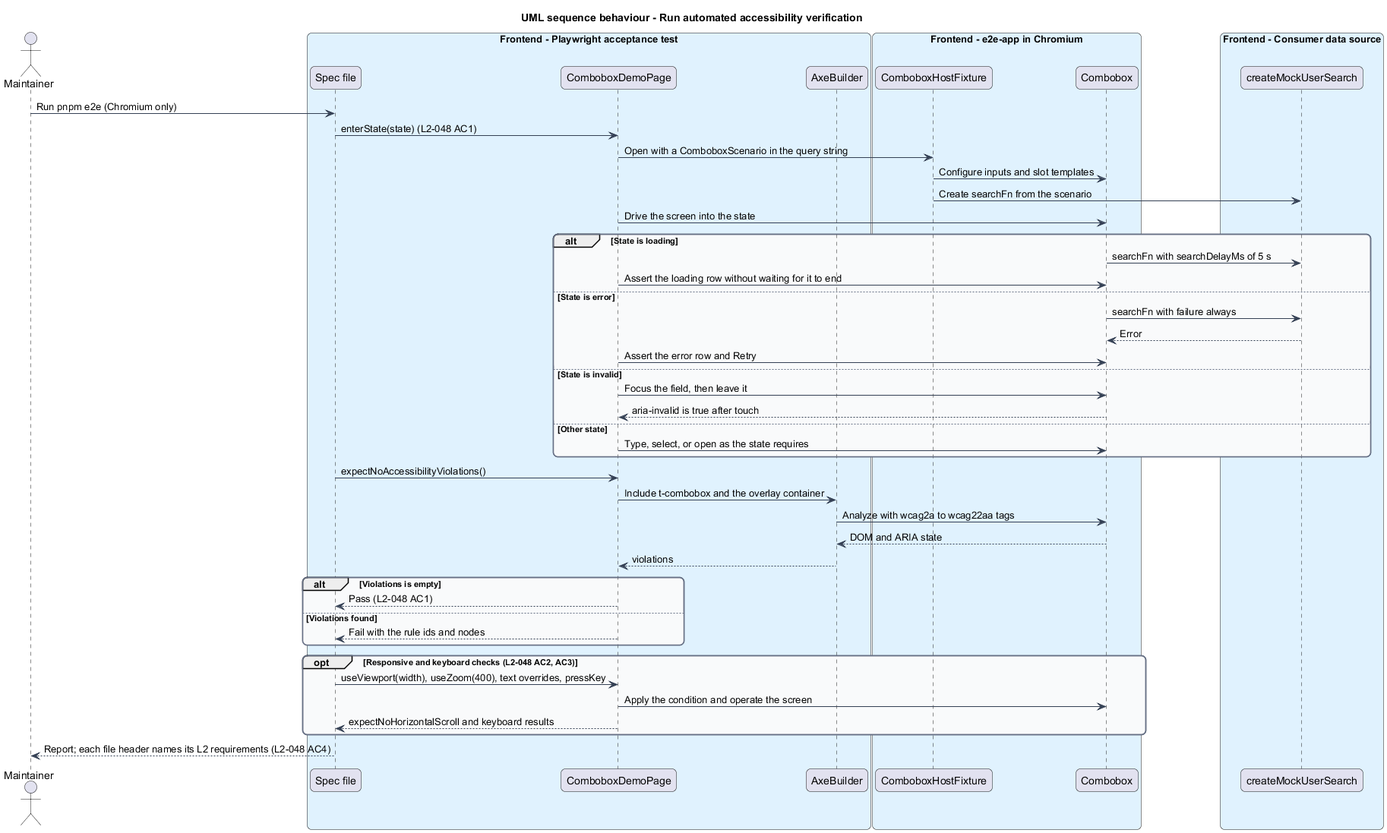
Before: docs/detailed-designs/combobox/verify-and-document/diagrams/sequence-axe-verification.png, a diagram exported from PlantUML (QuinntyneBrown/Tessera). The source it was exported from:
```plantuml
@startuml
title UML sequence behaviour - Run automated accessibility verification
skinparam backgroundColor #FFFFFF
skinparam shadowing false
skinparam roundcorner 12
skinparam defaultFontName Arial
skinparam ArrowColor #344054
skinparam rectangle {
  BorderColor #344054
  FontColor #101828
}
skinparam package {
  BorderColor #667085
  FontColor #101828
  BackgroundColor #F9FAFB
}
actor "Maintainer" as maint
box "Frontend - Playwright acceptance test" #E0F2FE
  participant "Spec file" as spec
  participant "ComboboxDemoPage" as page
  participant "AxeBuilder" as axe
end box
box "Frontend - e2e-app in Chromium" #E0F2FE
  participant "ComboboxHostFixture" as fixture
  participant "Combobox" as cb
end box
box "Frontend - Consumer data source" #E0F2FE
  participant "createMockUserSearch" as mock
end box

maint -> spec : Run pnpm e2e (Chromium only)
spec -> page : enterState(state) (L2-048 AC1)
page -> fixture : Open with a ComboboxScenario in the query string
fixture -> cb : Configure inputs and slot templates
fixture -> mock : Create searchFn from the scenario
page -> cb : Drive the screen into the state
alt State is loading
  cb -> mock : searchFn with searchDelayMs of 5 s
  page -> cb : Assert the loading row without waiting for it to end
else State is error
  cb -> mock : searchFn with failure always
  mock --> cb : Error
  page -> cb : Assert the error row and Retry
else State is invalid
  page -> cb : Focus the field, then leave it
  cb --> page : aria-invalid is true after touch
else Other state
  page -> cb : Type, select, or open as the state requires
end
spec -> page : expectNoAccessibilityViolations()
page -> axe : Include t-combobox and the overlay container
axe -> cb : Analyze with wcag2a to wcag22aa tags
cb --> axe : DOM and ARIA state
axe --> page : violations
alt Violations is empty
  page --> spec : Pass (L2-048 AC1)
else Violations found
  page --> spec : Fail with the rule ids and nodes
end
opt Responsive and keyboard checks (L2-048 AC2, AC3)
  spec -> page : useViewport(width), useZoom(400), text overrides, pressKey
  page -> cb : Apply the condition and operate the screen
  page --> spec : expectNoHorizontalScroll and keyboard results
end
spec --> maint : Report; each file header names its L2 requirements (L2-048 AC4)
@enduml
```
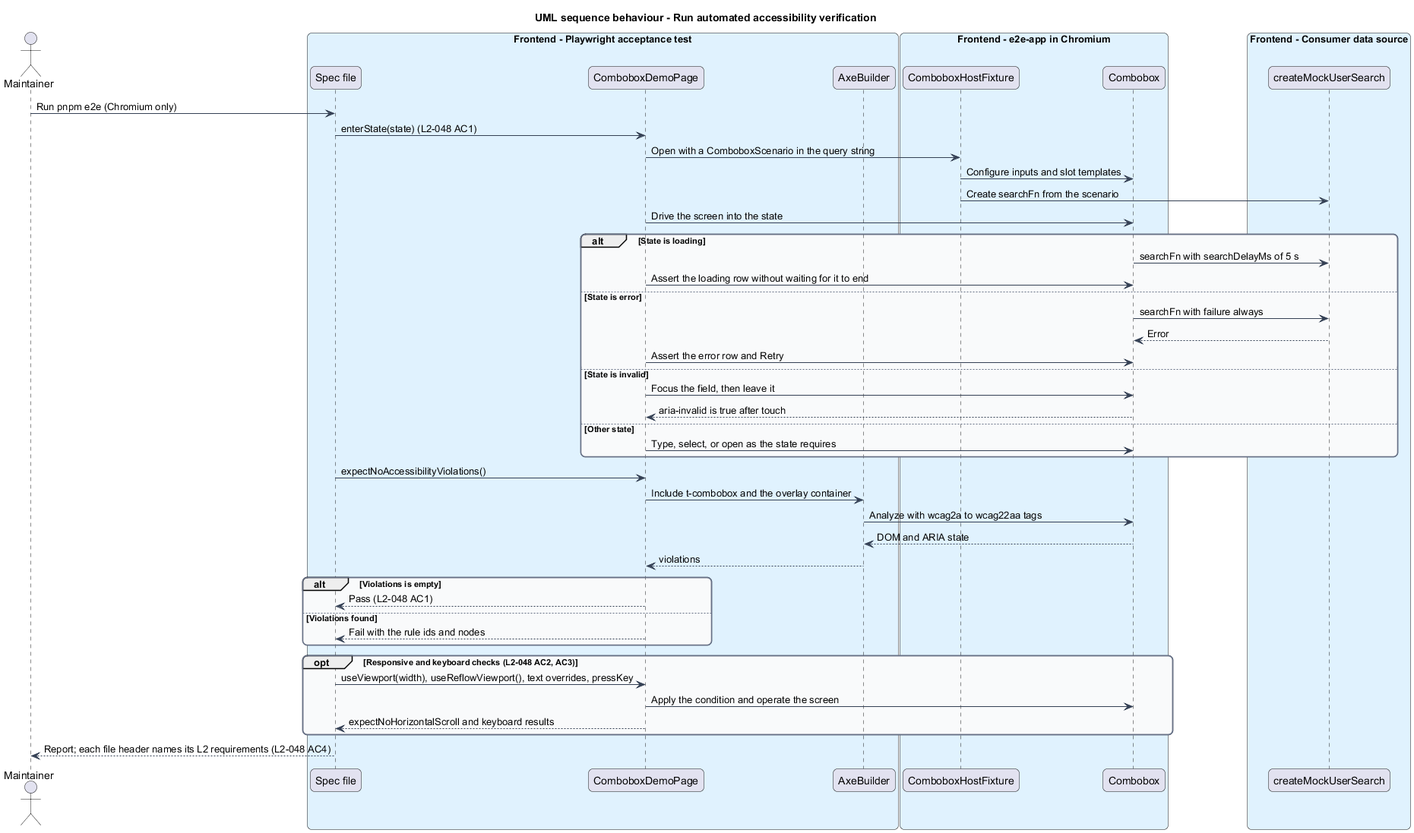
The same diagram one commit later.

The edit, as a diff of the source:
```diff
@@ -58,7 +58,7 @@
   page --> spec : Fail with the rule ids and nodes
 end
 opt Responsive and keyboard checks (L2-048 AC2, AC3)
-  spec -> page : useViewport(width), useZoom(400), text overrides, pressKey
+  spec -> page : useViewport(width), useReflowViewport(), text overrides, pressKey
   page -> cb : Apply the condition and operate the screen
   page --> spec : expectNoHorizontalScroll and keyboard results
 end
```
